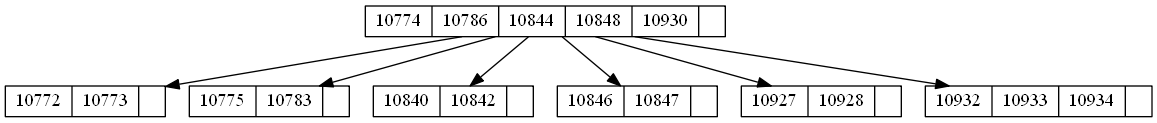
Earlier version of the Graphviz export Graphics/Informativos.png (Guillermo-O-C/EDD_1S20200_PY2_201801366). Its source is kept beside it as TextFiles/Informativos.dot.
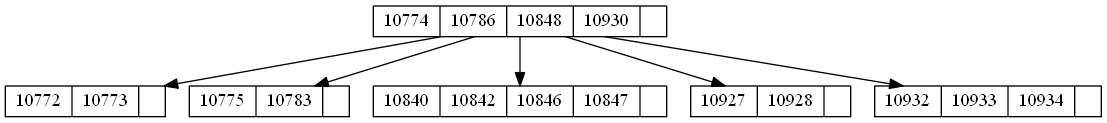
After the change.

What changed in the source:
```diff
@@ -2,14 +2,12 @@
  node [shape = record,height=.1];10774->10772;
 10774->10775;
 10774->10840;
-10774->10846;
 10774->10927;
 10774->10932;
-10774[label = "<f0>10774|<f1>10786|<f2>10844|<f3>10848|<f4>10930|"];
+10774[label = "<f0>10774|<f1>10786|<f2>10848|<f3>10930|"];
 10772[label = "<f0>10772|<f1>10773|"];
 10775[label = "<f0>10775|<f1>10783|"];
-10840[label = "<f0>10840|<f1>10842|"];
-10846[label = "<f0>10846|<f1>10847|"];
+10840[label = "<f0>10840|<f1>10842|<f2>10846|<f3>10847|"];
 10927[label = "<f0>10927|<f1>10928|"];
 10932[label = "<f0>10932|<f1>10933|<f2>10934|"];
 }
```
